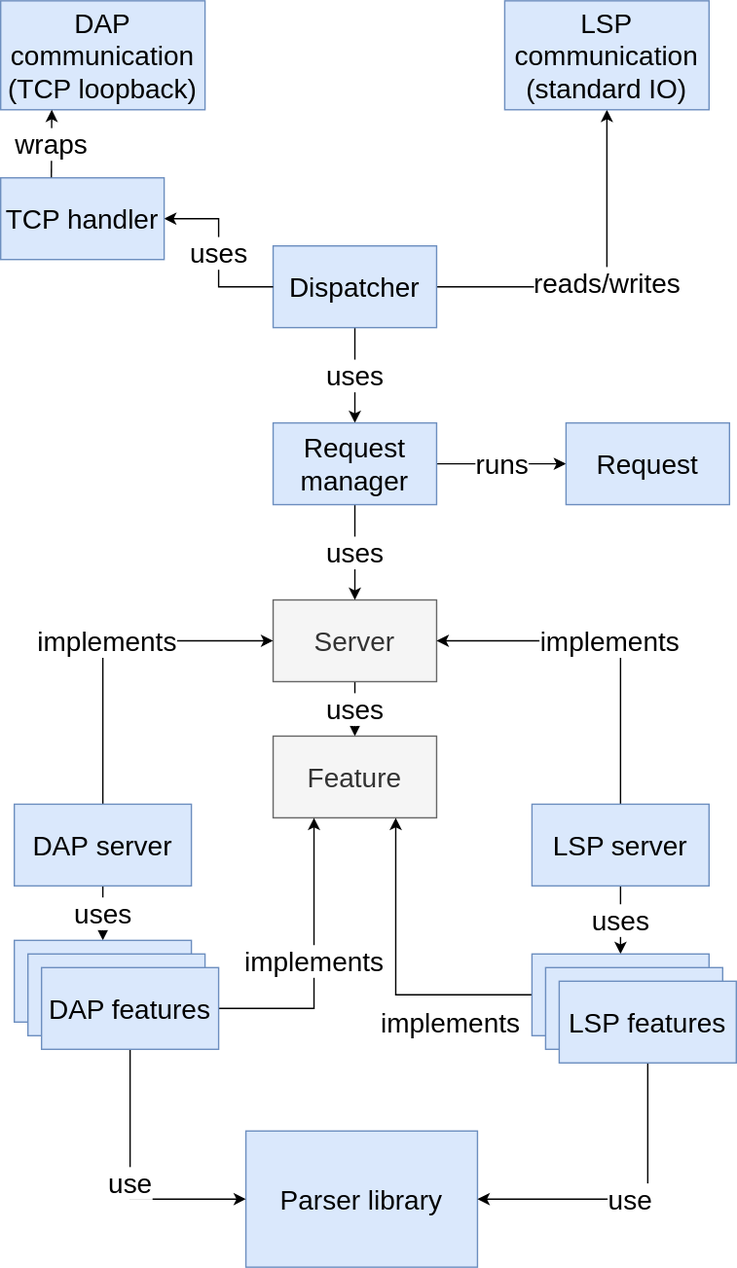
Above: docs/img/lang_server.svg in eclipse-che4z/che-che4z-lsp-for-hlasm (draw.io), before the change. Source tidied: cells renumbered, new cells last; positions are measured from the earlier drawing's top-left corner, leaving out a move shared by most shapes. Its diagram source:
```xml
<mxGraphModel>
  <root>
    <mxCell id="0" />
    <mxCell id="1" parent="0" />
    <mxCell id="2" value="reads/writes" style="edgeStyle=orthogonalEdgeStyle;rounded=0;jettySize=auto;html=1;exitX=1;exitY=0.5;exitDx=0;exitDy=0;entryX=0.5;entryY=1;entryDx=0;entryDy=0;startArrow=none;startFill=0;endArrow=classic;endFill=1;fontSize=20;" parent="1" edge="1" source="4" target="11">
      <mxGeometry relative="1" as="geometry" />
    </mxCell>
    <mxCell id="3" value="uses" style="edgeStyle=orthogonalEdgeStyle;rounded=0;jettySize=auto;html=1;exitX=0.5;exitY=1;exitDx=0;exitDy=0;entryX=0.5;entryY=0;entryDx=0;entryDy=0;startArrow=none;startFill=0;endArrow=classic;endFill=1;fontSize=20;" parent="1" edge="1" source="4" target="10">
      <mxGeometry relative="1" as="geometry" />
    </mxCell>
    <mxCell id="4" value="Dispatcher" style="rounded=0;whiteSpace=wrap;html=1;fillColor=#dae8fc;strokeColor=#6c8ebf;fontSize=20;" parent="1" vertex="1">
      <mxGeometry x="200" y="180" width="120" height="60" as="geometry" />
    </mxCell>
    <mxCell id="5" value="Parser library" style="rounded=0;whiteSpace=wrap;html=1;fillColor=#dae8fc;strokeColor=#6c8ebf;fontSize=20;" parent="1" vertex="1">
      <mxGeometry x="180" y="830" width="170" height="100" as="geometry" />
    </mxCell>
    <mxCell id="6" value="uses" style="edgeStyle=orthogonalEdgeStyle;rounded=0;jettySize=auto;html=1;exitX=0.5;exitY=1;exitDx=0;exitDy=0;entryX=0.5;entryY=0;entryDx=0;entryDy=0;startArrow=none;startFill=0;endArrow=classic;endFill=1;fontSize=20;" parent="1" edge="1" source="7" target="20">
      <mxGeometry relative="1" as="geometry" />
    </mxCell>
    <mxCell id="7" value="Server" style="rounded=0;whiteSpace=wrap;html=1;fillColor=#f5f5f5;strokeColor=#666666;fontSize=20;fontColor=#333333;" parent="1" vertex="1">
      <mxGeometry x="200" y="440" width="120" height="60" as="geometry" />
    </mxCell>
    <mxCell id="8" value="runs" style="edgeStyle=orthogonalEdgeStyle;rounded=0;jettySize=auto;html=1;exitX=1;exitY=0.5;exitDx=0;exitDy=0;entryX=0;entryY=0.5;entryDx=0;entryDy=0;startArrow=none;startFill=0;endArrow=classic;endFill=1;fontSize=20;" parent="1" edge="1" source="10" target="16">
      <mxGeometry relative="1" as="geometry" />
    </mxCell>
    <mxCell id="9" value="uses" style="edgeStyle=orthogonalEdgeStyle;rounded=0;jettySize=auto;html=1;exitX=0.5;exitY=1;exitDx=0;exitDy=0;entryX=0.5;entryY=0;entryDx=0;entryDy=0;startArrow=none;startFill=0;endArrow=classic;endFill=1;fontSize=20;" parent="1" edge="1" source="10" target="7">
      <mxGeometry relative="1" as="geometry" />
    </mxCell>
    <mxCell id="10" value="Request manager" style="rounded=0;whiteSpace=wrap;html=1;fillColor=#dae8fc;strokeColor=#6c8ebf;fontSize=20;" parent="1" vertex="1">
      <mxGeometry x="200" y="310" width="120" height="60" as="geometry" />
    </mxCell>
    <mxCell id="11" value="LSP communication&lt;br&gt;(standard IO)" style="rounded=0;whiteSpace=wrap;html=1;fillColor=#dae8fc;strokeColor=#6c8ebf;fontSize=20;" parent="1" vertex="1">
      <mxGeometry x="370" width="150" height="80" as="geometry" />
    </mxCell>
    <mxCell id="12" value="DAP communication&lt;br&gt;(TCP loopback)" style="rounded=0;whiteSpace=wrap;html=1;fillColor=#dae8fc;strokeColor=#6c8ebf;fontSize=20;" parent="1" vertex="1">
      <mxGeometry width="150" height="80" as="geometry" />
    </mxCell>
    <mxCell id="13" value="implements" style="edgeStyle=orthogonalEdgeStyle;rounded=0;jettySize=auto;html=1;exitX=0.5;exitY=0;exitDx=0;exitDy=0;entryX=1;entryY=0.5;entryDx=0;entryDy=0;startArrow=none;startFill=0;endArrow=classic;endFill=1;fontSize=20;" parent="1" edge="1" source="15" target="7">
      <mxGeometry relative="1" as="geometry" />
    </mxCell>
    <mxCell id="14" value="uses" style="edgeStyle=orthogonalEdgeStyle;rounded=0;jettySize=auto;html=1;exitX=0.5;exitY=1;exitDx=0;exitDy=0;entryX=0.5;entryY=0;entryDx=0;entryDy=0;startArrow=none;startFill=0;endArrow=classic;endFill=1;fontSize=20;" parent="1" edge="1" source="15" target="23">
      <mxGeometry relative="1" as="geometry" />
    </mxCell>
    <mxCell id="15" value="LSP server" style="rounded=0;whiteSpace=wrap;html=1;fillColor=#dae8fc;strokeColor=#6c8ebf;fontSize=20;" parent="1" vertex="1">
      <mxGeometry x="390" y="590" width="130" height="60" as="geometry" />
    </mxCell>
    <mxCell id="16" value="Request" style="rounded=0;whiteSpace=wrap;html=1;fillColor=#dae8fc;strokeColor=#6c8ebf;fontSize=20;" parent="1" vertex="1">
      <mxGeometry x="415" y="310" width="120" height="60" as="geometry" />
    </mxCell>
    <mxCell id="17" value="implements" style="edgeStyle=orthogonalEdgeStyle;rounded=0;jettySize=auto;html=1;exitX=0.5;exitY=0;exitDx=0;exitDy=0;entryX=0;entryY=0.5;entryDx=0;entryDy=0;startArrow=none;startFill=0;endArrow=classic;endFill=1;fontSize=20;" parent="1" edge="1" source="19" target="7">
      <mxGeometry relative="1" as="geometry" />
    </mxCell>
    <mxCell id="18" value="uses" style="edgeStyle=orthogonalEdgeStyle;rounded=0;jettySize=auto;html=1;exitX=0.5;exitY=1;exitDx=0;exitDy=0;startArrow=none;startFill=0;endArrow=classic;endFill=1;fontSize=20;" parent="1" edge="1" source="19" target="21">
      <mxGeometry relative="1" as="geometry" />
    </mxCell>
    <mxCell id="19" value="DAP&amp;nbsp;server" style="rounded=0;whiteSpace=wrap;html=1;fillColor=#dae8fc;strokeColor=#6c8ebf;fontSize=20;" parent="1" vertex="1">
      <mxGeometry x="10" y="590" width="130" height="60" as="geometry" />
    </mxCell>
    <mxCell id="20" value="Feature" style="rounded=0;whiteSpace=wrap;html=1;fillColor=#f5f5f5;strokeColor=#666666;fontSize=20;fontColor=#333333;" parent="1" vertex="1">
      <mxGeometry x="200" y="540" width="120" height="60" as="geometry" />
    </mxCell>
    <mxCell id="21" style="rounded=0;whiteSpace=wrap;html=1;fillColor=#dae8fc;strokeColor=#6c8ebf;fontSize=20;" parent="1" vertex="1">
      <mxGeometry x="10" y="690" width="130" height="60" as="geometry" />
    </mxCell>
    <mxCell id="22" value="implements" style="edgeStyle=orthogonalEdgeStyle;rounded=0;jettySize=auto;html=1;exitX=0;exitY=0.5;exitDx=0;exitDy=0;entryX=0.75;entryY=1;entryDx=0;entryDy=0;startArrow=none;startFill=0;endArrow=classic;endFill=1;fontSize=20;" parent="1" edge="1" source="23" target="20">
      <mxGeometry x="-0.48" y="20" relative="1" as="geometry" />
    </mxCell>
    <mxCell id="23" value="LSP feature" style="rounded=0;whiteSpace=wrap;html=1;fillColor=#dae8fc;strokeColor=#6c8ebf;fontSize=20;" parent="1" vertex="1">
      <mxGeometry x="390" y="700" width="130" height="60" as="geometry" />
    </mxCell>
    <mxCell id="24" value="LSP feature" style="rounded=0;whiteSpace=wrap;html=1;fillColor=#dae8fc;strokeColor=#6c8ebf;fontSize=20;" parent="1" vertex="1">
      <mxGeometry x="400" y="710" width="130" height="60" as="geometry" />
    </mxCell>
    <mxCell id="25" value="use" style="edgeStyle=orthogonalEdgeStyle;rounded=0;jettySize=auto;html=1;exitX=0.5;exitY=1;exitDx=0;exitDy=0;entryX=1;entryY=0.5;entryDx=0;entryDy=0;startArrow=none;startFill=0;endArrow=classic;endFill=1;fontSize=20;" parent="1" edge="1" source="26" target="5">
      <mxGeometry relative="1" as="geometry" />
    </mxCell>
    <mxCell id="26" value="LSP features" style="rounded=0;whiteSpace=wrap;html=1;fillColor=#dae8fc;strokeColor=#6c8ebf;fontSize=20;" parent="1" vertex="1">
      <mxGeometry x="410" y="720" width="130" height="60" as="geometry" />
    </mxCell>
    <mxCell id="27" style="rounded=0;whiteSpace=wrap;html=1;fillColor=#dae8fc;strokeColor=#6c8ebf;fontSize=20;" parent="1" vertex="1">
      <mxGeometry x="20" y="700" width="130" height="60" as="geometry" />
    </mxCell>
    <mxCell id="28" value="implements" style="edgeStyle=orthogonalEdgeStyle;rounded=0;jettySize=auto;html=1;exitX=1;exitY=0.5;exitDx=0;exitDy=0;entryX=0.25;entryY=1;entryDx=0;entryDy=0;startArrow=none;startFill=0;endArrow=classic;endFill=1;fontSize=20;" parent="1" edge="1" source="30" target="20">
      <mxGeometry relative="1" as="geometry" />
    </mxCell>
    <mxCell id="29" value="use" style="edgeStyle=orthogonalEdgeStyle;rounded=0;jettySize=auto;html=1;exitX=0.5;exitY=1;exitDx=0;exitDy=0;entryX=0;entryY=0.5;entryDx=0;entryDy=0;startArrow=none;startFill=0;endArrow=classic;endFill=1;fontSize=20;" parent="1" edge="1" source="30" target="5">
      <mxGeometry relative="1" as="geometry" />
    </mxCell>
    <mxCell id="30" value="DAP features" style="rounded=0;whiteSpace=wrap;html=1;fillColor=#dae8fc;strokeColor=#6c8ebf;fontSize=20;" parent="1" vertex="1">
      <mxGeometry x="30" y="710" width="130" height="60" as="geometry" />
    </mxCell>
    <mxCell id="31" value="uses" style="edgeStyle=orthogonalEdgeStyle;rounded=0;jettySize=auto;html=1;exitX=1;exitY=0.5;exitDx=0;exitDy=0;entryX=0;entryY=0.5;entryDx=0;entryDy=0;startArrow=classic;startFill=1;endArrow=none;endFill=0;fontSize=20;" parent="1" edge="1" source="32" target="4">
      <mxGeometry relative="1" as="geometry" />
    </mxCell>
    <mxCell id="32" value="TCP handler" style="rounded=0;whiteSpace=wrap;html=1;fillColor=#dae8fc;strokeColor=#6c8ebf;fontSize=20;" parent="1" vertex="1">
      <mxGeometry y="130" width="120" height="60" as="geometry" />
    </mxCell>
    <mxCell id="33" value="wraps" style="endArrow=none;html=1;fontSize=20;exitX=0.25;exitY=1;exitDx=0;exitDy=0;entryX=0.31;entryY=-0.006;entryDx=0;entryDy=0;entryPerimeter=0;startArrow=classic;startFill=1;endFill=0;" parent="1" edge="1" source="12" target="32">
      <mxGeometry relative="1" as="geometry" />
    </mxCell>
  </root>
</mxGraphModel>
```
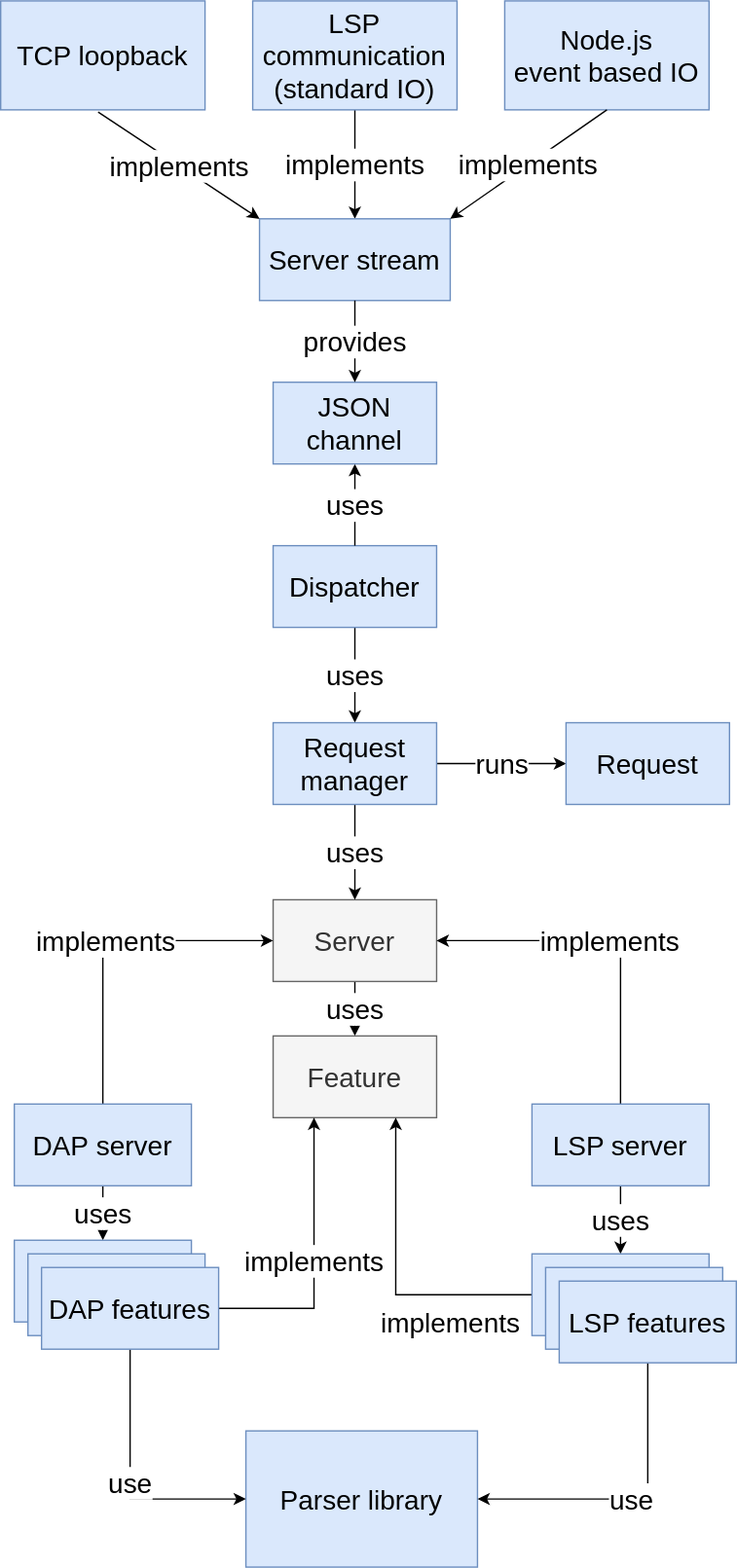
Later version of the same file.

The edit, as a diff of the source:
```diff
@@ -2,7 +2,7 @@
   <root>
     <mxCell id="0" />
     <mxCell id="1" parent="0" />
-    <mxCell id="2" value="reads/writes" style="edgeStyle=orthogonalEdgeStyle;rounded=0;jettySize=auto;html=1;exitX=1;exitY=0.5;exitDx=0;exitDy=0;entryX=0.5;entryY=1;entryDx=0;entryDy=0;startArrow=none;startFill=0;endArrow=classic;endFill=1;fontSize=20;" parent="1" edge="1" source="4" target="11">
+    <mxCell id="2" value="implements" style="edgeStyle=orthogonalEdgeStyle;rounded=0;jettySize=auto;html=1;exitX=0.5;exitY=1;exitDx=0;exitDy=0;startArrow=none;startFill=0;endArrow=classic;endFill=1;fontSize=20;entryX=0.5;entryY=0;entryDx=0;entryDy=0;" parent="1" edge="1" source="11" target="32">
       <mxGeometry relative="1" as="geometry" />
     </mxCell>
     <mxCell id="3" value="uses" style="edgeStyle=orthogonalEdgeStyle;rounded=0;jettySize=auto;html=1;exitX=0.5;exitY=1;exitDx=0;exitDy=0;entryX=0.5;entryY=0;entryDx=0;entryDy=0;startArrow=none;startFill=0;endArrow=classic;endFill=1;fontSize=20;" parent="1" edge="1" source="4" target="10">
@@ -30,10 +30,10 @@
       <mxGeometry x="200" y="310" width="120" height="60" as="geometry" />
     </mxCell>
     <mxCell id="11" value="LSP communication&lt;br&gt;(standard IO)" style="rounded=0;whiteSpace=wrap;html=1;fillColor=#dae8fc;strokeColor=#6c8ebf;fontSize=20;" parent="1" vertex="1">
-      <mxGeometry x="370" width="150" height="80" as="geometry" />
+      <mxGeometry x="185" y="-220" width="150" height="80" as="geometry" />
     </mxCell>
-    <mxCell id="12" value="DAP communication&lt;br&gt;(TCP loopback)" style="rounded=0;whiteSpace=wrap;html=1;fillColor=#dae8fc;strokeColor=#6c8ebf;fontSize=20;" parent="1" vertex="1">
-      <mxGeometry width="150" height="80" as="geometry" />
+    <mxCell id="12" value="TCP loopback" style="rounded=0;whiteSpace=wrap;html=1;fillColor=#dae8fc;strokeColor=#6c8ebf;fontSize=20;" parent="1" vertex="1">
+      <mxGeometry y="-220" width="150" height="80" as="geometry" />
     </mxCell>
     <mxCell id="13" value="implements" style="edgeStyle=orthogonalEdgeStyle;rounded=0;jettySize=auto;html=1;exitX=0.5;exitY=0;exitDx=0;exitDy=0;entryX=1;entryY=0.5;entryDx=0;entryDy=0;startArrow=none;startFill=0;endArrow=classic;endFill=1;fontSize=20;" parent="1" edge="1" source="15" target="7">
       <mxGeometry relative="1" as="geometry" />
@@ -89,14 +89,26 @@
     <mxCell id="30" value="DAP features" style="rounded=0;whiteSpace=wrap;html=1;fillColor=#dae8fc;strokeColor=#6c8ebf;fontSize=20;" parent="1" vertex="1">
       <mxGeometry x="30" y="710" width="130" height="60" as="geometry" />
     </mxCell>
-    <mxCell id="31" value="uses" style="edgeStyle=orthogonalEdgeStyle;rounded=0;jettySize=auto;html=1;exitX=1;exitY=0.5;exitDx=0;exitDy=0;entryX=0;entryY=0.5;entryDx=0;entryDy=0;startArrow=classic;startFill=1;endArrow=none;endFill=0;fontSize=20;" parent="1" edge="1" source="32" target="4">
+    <mxCell id="31" value="uses" style="edgeStyle=orthogonalEdgeStyle;rounded=0;jettySize=auto;html=1;startArrow=classic;startFill=1;endArrow=none;endFill=0;fontSize=20;entryX=0.5;entryY=0;entryDx=0;entryDy=0;exitX=0.5;exitY=1;exitDx=0;exitDy=0;" parent="1" edge="1" source="35" target="4">
       <mxGeometry relative="1" as="geometry" />
     </mxCell>
-    <mxCell id="32" value="TCP handler" style="rounded=0;whiteSpace=wrap;html=1;fillColor=#dae8fc;strokeColor=#6c8ebf;fontSize=20;" parent="1" vertex="1">
-      <mxGeometry y="130" width="120" height="60" as="geometry" />
+    <mxCell id="32" value="Server stream" style="rounded=0;whiteSpace=wrap;html=1;fillColor=#dae8fc;strokeColor=#6c8ebf;fontSize=20;" parent="1" vertex="1">
+      <mxGeometry x="190" y="-60" width="140" height="60" as="geometry" />
     </mxCell>
-    <mxCell id="33" value="wraps" style="endArrow=none;html=1;fontSize=20;exitX=0.25;exitY=1;exitDx=0;exitDy=0;entryX=0.31;entryY=-0.006;entryDx=0;entryDy=0;entryPerimeter=0;startArrow=classic;startFill=1;endFill=0;" parent="1" edge="1" source="12" target="32">
+    <mxCell id="33" value="implements" style="endArrow=none;html=1;fontSize=20;entryX=0.477;entryY=1.02;entryDx=0;entryDy=0;entryPerimeter=0;startArrow=classic;startFill=1;endFill=0;exitX=0;exitY=0;exitDx=0;exitDy=0;" parent="1" edge="1" source="32" target="12">
       <mxGeometry relative="1" as="geometry" />
     </mxCell>
+    <mxCell id="34" value="Node.js&lt;br&gt;event based IO" style="rounded=0;whiteSpace=wrap;html=1;fillColor=#dae8fc;strokeColor=#6c8ebf;fontSize=20;" parent="1" vertex="1">
+      <mxGeometry x="370" y="-220" width="150" height="80" as="geometry" />
+    </mxCell>
+    <mxCell id="35" value="JSON channel" style="rounded=0;whiteSpace=wrap;html=1;fillColor=#dae8fc;strokeColor=#6c8ebf;fontSize=20;" parent="1" vertex="1">
+      <mxGeometry x="200" y="60" width="120" height="60" as="geometry" />
+    </mxCell>
+    <mxCell id="36" value="implements" style="endArrow=none;html=1;fontSize=20;startArrow=classic;startFill=1;endFill=0;exitX=1;exitY=0;exitDx=0;exitDy=0;entryX=0.5;entryY=1;entryDx=0;entryDy=0;" parent="1" edge="1" source="32" target="34">
+      <mxGeometry relative="1" as="geometry" />
+    </mxCell>
+    <mxCell id="37" value="provides" style="endArrow=none;html=1;fontSize=20;entryX=0.5;entryY=1;entryDx=0;entryDy=0;startArrow=classic;startFill=1;endFill=0;exitX=0.5;exitY=0;exitDx=0;exitDy=0;" parent="1" edge="1" source="35" target="32">
+      <mxGeometry relative="1" as="geometry" />
+    </mxCell>
   </root>
 </mxGraphModel>
```
